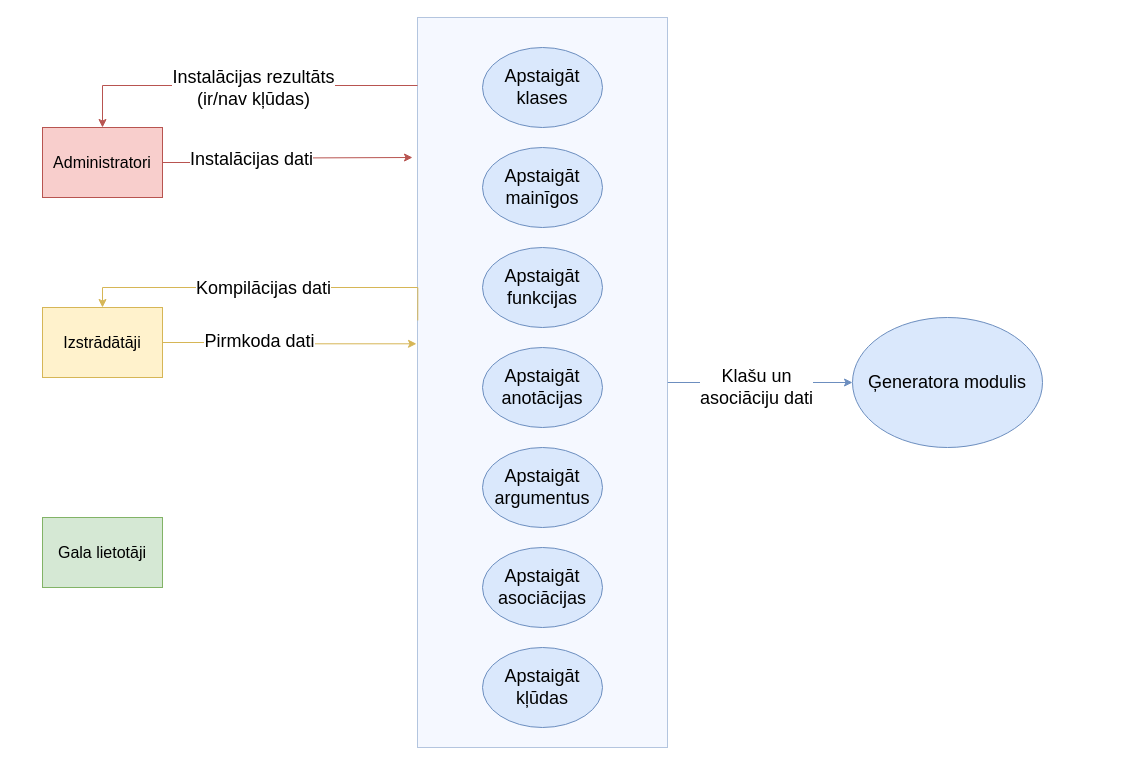
The draw.io diagram page "Kompilatora modulis" (5 of 8) of src/Kvalifikacijas darbs/arhitektura.drawio in artiks12/webAppOS, before the edit. Source tidied: cells renumbered, new cells numbered last; positions are measured from the earlier drawing's top-left corner, leaving out a move shared by most shapes. Both pictures are drawn from the tidied source at 100%, with x=0, y=0 at pixel (42, 17).
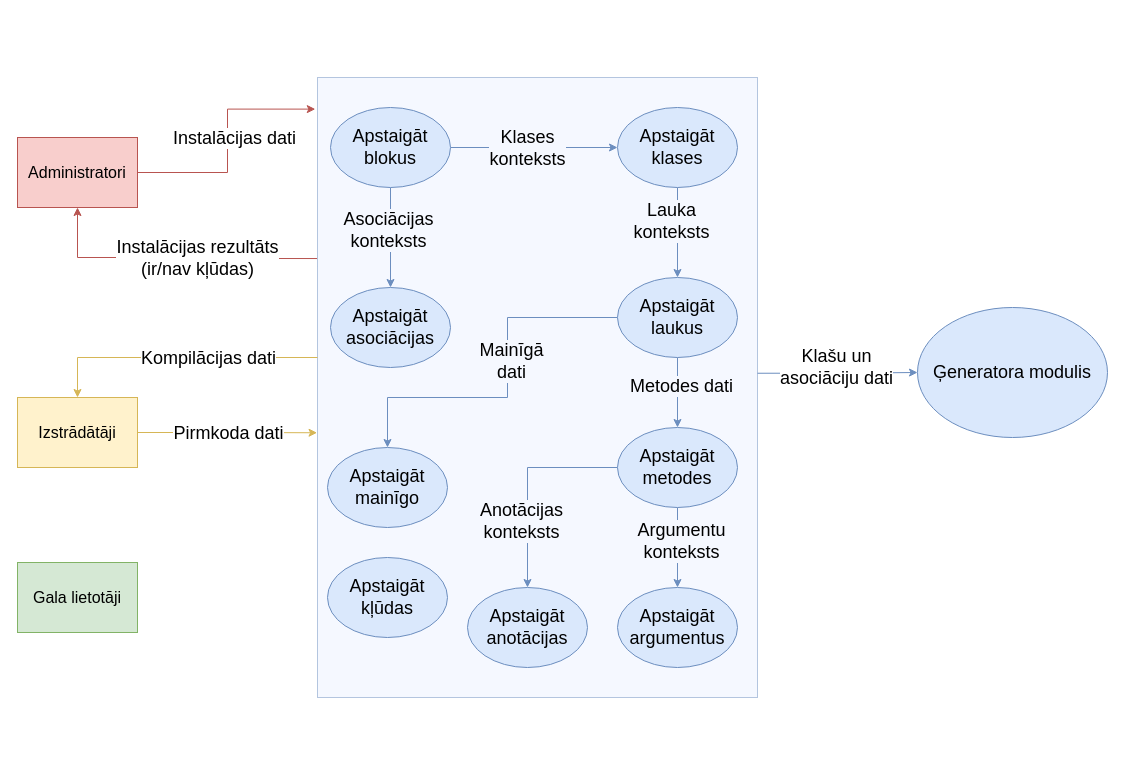
After the change.

Change to the diagram source:
```diff
@@
-    <mxCell id="2" style="edgeStyle=orthogonalEdgeStyle;rounded=0;jettySize=auto;html=1;entryX=0;entryY=0.5;entryDx=0;entryDy=0;fillColor=#dae8fc;strokeColor=#6c8ebf;" parent="1" edge="1" source="3" target="21">
+    <mxCell id="2" style="edgeStyle=orthogonalEdgeStyle;rounded=0;jettySize=auto;html=1;entryX=0;entryY=0.5;entryDx=0;entryDy=0;fillColor=#dae8fc;strokeColor=#6c8ebf;exitX=0.998;exitY=0.477;exitDx=0;exitDy=0;exitPerimeter=0;" parent="1" edge="1" source="3" target="21">
       <mxGeometry relative="1" as="geometry" />
     </mxCell>
     <mxCell id="3" style="rounded=0;whiteSpace=wrap;html=1;dashed=1;dashPattern=1 1;fillColor=#F5F8FF;strokeColor=#6c8ebf;" parent="1" vertex="1">
-      <mxGeometry x="375" width="250" height="730" as="geometry" />
+      <mxGeometry x="275" y="60" width="440" height="620" as="geometry" />
     </mxCell>
+    <mxCell id="24" style="edgeStyle=orthogonalEdgeStyle;rounded=0;jettySize=auto;html=1;entryX=0.5;entryY=0;entryDx=0;entryDy=0;fillColor=#dae8fc;strokeColor=#6c8ebf;" parent="1" edge="1" source="4" target="9">
+      <mxGeometry relative="1" as="geometry" />
+    </mxCell>
     <mxCell id="4" value="&lt;font style=&quot;font-size: 18px&quot;&gt;Apstaigāt klases&lt;br&gt;&lt;/font&gt;" style="ellipse;whiteSpace=wrap;html=1;fillColor=#dae8fc;strokeColor=#6c8ebf;" parent="1" vertex="1">
-      <mxGeometry x="440" y="30" width="120" height="80" as="geometry" />
+      <mxGeometry x="575" y="90" width="120" height="80" as="geometry" />
     </mxCell>
-    <mxCell id="5" value="&lt;font style=&quot;font-size: 18px&quot;&gt;Apstaigāt mainīgos&lt;br&gt;&lt;/font&gt;" style="ellipse;whiteSpace=wrap;html=1;fillColor=#dae8fc;strokeColor=#6c8ebf;" parent="1" vertex="1">
-      <mxGeometry x="440" y="130" width="120" height="80" as="geometry" />
+    <mxCell id="5" value="&lt;font style=&quot;font-size: 18px&quot;&gt;Apstaigāt mainīgo&lt;br&gt;&lt;/font&gt;" style="ellipse;whiteSpace=wrap;html=1;fillColor=#dae8fc;strokeColor=#6c8ebf;" parent="1" vertex="1">
+      <mxGeometry x="285" y="430" width="120" height="80" as="geometry" />
     </mxCell>
+    <mxCell id="25" style="edgeStyle=orthogonalEdgeStyle;rounded=0;jettySize=auto;html=1;entryX=0.5;entryY=0;entryDx=0;entryDy=0;fillColor=#dae8fc;strokeColor=#6c8ebf;" parent="1" edge="1" source="6" target="7">
+      <mxGeometry relative="1" as="geometry" />
+    </mxCell>
+    <mxCell id="26" style="edgeStyle=orthogonalEdgeStyle;rounded=0;jettySize=auto;html=1;exitX=0.5;exitY=1;exitDx=0;exitDy=0;entryX=0.5;entryY=0;entryDx=0;entryDy=0;fillColor=#dae8fc;strokeColor=#6c8ebf;" parent="1" edge="1" source="6" target="23">
+      <mxGeometry relative="1" as="geometry" />
+    </mxCell>
-    <mxCell id="6" value="&lt;font style=&quot;font-size: 18px&quot;&gt;Apstaigāt funkcijas&lt;/font&gt;" style="ellipse;whiteSpace=wrap;html=1;fillColor=#dae8fc;strokeColor=#6c8ebf;" parent="1" vertex="1">
-      <mxGeometry x="440" y="230" width="120" height="80" as="geometry" />
+    <mxCell id="6" value="&lt;font style=&quot;font-size: 18px&quot;&gt;Apstaigāt metodes&lt;/font&gt;" style="ellipse;whiteSpace=wrap;html=1;fillColor=#dae8fc;strokeColor=#6c8ebf;" parent="1" vertex="1">
+      <mxGeometry x="575" y="410" width="120" height="80" as="geometry" />
     </mxCell>
     <mxCell id="7" value="&lt;font style=&quot;font-size: 18px&quot;&gt;Apstaigāt anotācijas&lt;br&gt;&lt;/font&gt;" style="ellipse;whiteSpace=wrap;html=1;fillColor=#dae8fc;strokeColor=#6c8ebf;" parent="1" vertex="1">
-      <mxGeometry x="440" y="330" width="120" height="80" as="geometry" />
+      <mxGeometry x="425" y="570" width="120" height="80" as="geometry" />
     </mxCell>
     <mxCell id="8" value="&lt;font style=&quot;font-size: 18px&quot;&gt;Apstaigāt asociācijas&lt;br&gt;&lt;/font&gt;" style="ellipse;whiteSpace=wrap;html=1;fillColor=#dae8fc;strokeColor=#6c8ebf;" parent="1" vertex="1">
-      <mxGeometry x="440" y="530" width="120" height="80" as="geometry" />
+      <mxGeometry x="288" y="270" width="120" height="80" as="geometry" />
     </mxCell>
+    <mxCell id="27" style="edgeStyle=orthogonalEdgeStyle;rounded=0;jettySize=auto;html=1;entryX=0.5;entryY=0;entryDx=0;entryDy=0;fillColor=#dae8fc;strokeColor=#6c8ebf;" parent="1" edge="1" source="9" target="5">
+      <mxGeometry relative="1" as="geometry">
+        <Array as="points">
+          <mxPoint x="465" y="300" />
+          <mxPoint x="465" y="380" />
+          <mxPoint x="345" y="380" />
+        </Array>
+      </mxGeometry>
+    </mxCell>
+    <mxCell id="28" style="edgeStyle=orthogonalEdgeStyle;rounded=0;jettySize=auto;html=1;exitX=0.5;exitY=1;exitDx=0;exitDy=0;entryX=0.5;entryY=0;entryDx=0;entryDy=0;fillColor=#dae8fc;strokeColor=#6c8ebf;" parent="1" edge="1" source="9" target="6">
+      <mxGeometry relative="1" as="geometry" />
+    </mxCell>
-    <mxCell id="9" value="&lt;font style=&quot;font-size: 18px&quot;&gt;Apstaigāt kļūdas&lt;/font&gt;" style="ellipse;whiteSpace=wrap;html=1;fillColor=#dae8fc;strokeColor=#6c8ebf;" parent="1" vertex="1">
-      <mxGeometry x="440" y="630" width="120" height="80" as="geometry" />
+    <mxCell id="9" value="&lt;font style=&quot;font-size: 18px&quot;&gt;Apstaigāt laukus&lt;/font&gt;" style="ellipse;whiteSpace=wrap;html=1;fillColor=#dae8fc;strokeColor=#6c8ebf;" parent="1" vertex="1">
+      <mxGeometry x="575" y="260" width="120" height="80" as="geometry" />
     </mxCell>
-    <mxCell id="10" style="edgeStyle=orthogonalEdgeStyle;rounded=0;jettySize=auto;html=1;entryX=0.5;entryY=0;entryDx=0;entryDy=0;fillColor=#f8cecc;strokeColor=#b85450;" parent="1" edge="1" target="19">
+    <mxCell id="10" style="edgeStyle=orthogonalEdgeStyle;rounded=0;jettySize=auto;html=1;fillColor=#f8cecc;strokeColor=#b85450;entryX=0.5;entryY=1;entryDx=0;entryDy=0;exitX=-0.001;exitY=0.292;exitDx=0;exitDy=0;exitPerimeter=0;" parent="1" edge="1" source="3" target="19">
       <mxGeometry relative="1" as="geometry">
-        <mxPoint x="375" y="68" as="sourcePoint" />
         <Array as="points">
-          <mxPoint x="60" y="68" />
+          <mxPoint x="233" y="241" />
+          <mxPoint x="233" y="240" />
+          <mxPoint x="35" y="240" />
         </Array>
       </mxGeometry>
     </mxCell>
     <mxCell id="11" value="&lt;font style=&quot;font-size: 18px&quot;&gt;Instalācijas rezultāts &lt;br&gt;(ir/nav kļūdas)&lt;/font&gt;" style="edgeLabel;html=1;align=center;verticalAlign=middle;" parent="10" vertex="1">
       <mxGeometry x="0.06" y="2" relative="1" as="geometry">
-        <mxPoint x="24" as="offset" />
+        <mxPoint x="33" y="-2" as="offset" />
       </mxGeometry>
     </mxCell>
-    <mxCell id="12" style="edgeStyle=orthogonalEdgeStyle;rounded=0;jettySize=auto;html=1;entryX=-0.004;entryY=0.447;entryDx=0;entryDy=0;fillColor=#fff2cc;strokeColor=#d6b656;entryPerimeter=0;" parent="1" edge="1" source="16" target="3">
+    <mxCell id="12" style="edgeStyle=orthogonalEdgeStyle;rounded=0;jettySize=auto;html=1;fillColor=#fff2cc;strokeColor=#d6b656;entryX=-0.001;entryY=0.573;entryDx=0;entryDy=0;entryPerimeter=0;" parent="1" edge="1" source="16" target="3">
       <mxGeometry relative="1" as="geometry" />
     </mxCell>
     <mxCell id="13" value="&lt;font style=&quot;font-size: 18px&quot;&gt;Pirmkoda dati&lt;/font&gt;" style="edgeLabel;html=1;align=center;verticalAlign=middle;" parent="12" vertex="1">
-      <mxGeometry x="-0.25" y="2" relative="1" as="geometry" />
+      <mxGeometry x="-0.25" y="2" relative="1" as="geometry">
+        <mxPoint x="23" y="2" as="offset" />
+      </mxGeometry>
     </mxCell>
-    <mxCell id="14" style="edgeStyle=orthogonalEdgeStyle;rounded=0;jettySize=auto;html=1;exitX=0.001;exitY=0.415;exitDx=0;exitDy=0;entryX=0.5;entryY=0;entryDx=0;entryDy=0;fillColor=#fff2cc;strokeColor=#d6b656;exitPerimeter=0;" parent="1" edge="1" source="3" target="16">
+    <mxCell id="14" style="edgeStyle=orthogonalEdgeStyle;rounded=0;jettySize=auto;html=1;entryX=0.5;entryY=0;entryDx=0;entryDy=0;fillColor=#fff2cc;strokeColor=#d6b656;" parent="1" edge="1" source="3" target="16">
       <mxGeometry relative="1" as="geometry">
         <Array as="points">
-          <mxPoint x="375" y="270" />
-          <mxPoint x="60" y="270" />
+          <mxPoint x="35" y="340" />
         </Array>
       </mxGeometry>
     </mxCell>
     <mxCell id="15" value="&lt;font style=&quot;font-size: 18px&quot;&gt;Kompilācijas dati&lt;/font&gt;" style="edgeLabel;html=1;align=center;verticalAlign=middle;" parent="14" vertex="1">
-      <mxGeometry x="0.02" relative="1" as="geometry" />
+      <mxGeometry x="0.02" relative="1" as="geometry">
+        <mxPoint x="33" as="offset" />
+      </mxGeometry>
     </mxCell>
     <mxCell id="16" value="&lt;font size=&quot;3&quot;&gt;Izstrādātāji&lt;/font&gt;" style="rounded=0;whiteSpace=wrap;html=1;fillColor=#fff2cc;strokeColor=#d6b656;" parent="1" vertex="1">
-      <mxGeometry y="290" width="120" height="70" as="geometry" />
+      <mxGeometry x="-25" y="380" width="120" height="70" as="geometry" />
     </mxCell>
-    <mxCell id="17" style="edgeStyle=orthogonalEdgeStyle;rounded=0;jettySize=auto;html=1;fillColor=#f8cecc;strokeColor=#b85450;" parent="1" edge="1" source="19">
-      <mxGeometry relative="1" as="geometry">
-        <mxPoint x="370" y="140" as="targetPoint" />
-      </mxGeometry>
+    <mxCell id="17" style="edgeStyle=orthogonalEdgeStyle;rounded=0;jettySize=auto;html=1;fillColor=#f8cecc;strokeColor=#b85450;entryX=-0.005;entryY=0.051;entryDx=0;entryDy=0;entryPerimeter=0;" parent="1" edge="1" source="19" target="3">
+      <mxGeometry relative="1" as="geometry" />
     </mxCell>
     <mxCell id="18" value="&lt;font style=&quot;font-size: 18px&quot;&gt;Instalācijas dati&lt;/font&gt;" style="edgeLabel;html=1;align=center;verticalAlign=middle;" parent="17" vertex="1">
-      <mxGeometry x="-0.31" y="4" relative="1" as="geometry" />
+      <mxGeometry x="-0.31" y="4" relative="1" as="geometry">
+        <mxPoint x="13" y="-31" as="offset" />
+      </mxGeometry>
     </mxCell>
     <mxCell id="19" value="&lt;font size=&quot;3&quot;&gt;Administratori&lt;br&gt;&lt;/font&gt;" style="rounded=0;whiteSpace=wrap;html=1;fillColor=#f8cecc;strokeColor=#b85450;" parent="1" vertex="1">
-      <mxGeometry y="110" width="120" height="70" as="geometry" />
+      <mxGeometry x="-25" y="120" width="120" height="70" as="geometry" />
     </mxCell>
     <mxCell id="20" value="&lt;font size=&quot;3&quot;&gt;Gala lietotāji&lt;/font&gt;" style="rounded=0;whiteSpace=wrap;html=1;fillColor=#d5e8d4;strokeColor=#82b366;" parent="1" vertex="1">
-      <mxGeometry y="500" width="120" height="70" as="geometry" />
+      <mxGeometry x="-25" y="545" width="120" height="70" as="geometry" />
     </mxCell>
     <mxCell id="21" value="&lt;font style=&quot;font-size: 18px&quot;&gt;Ģeneratora modulis&lt;/font&gt;" style="ellipse;whiteSpace=wrap;html=1;fillColor=#dae8fc;strokeColor=#6c8ebf;" parent="1" vertex="1">
-      <mxGeometry x="810" y="300" width="190" height="130" as="geometry" />
+      <mxGeometry x="875" y="290" width="190" height="130" as="geometry" />
     </mxCell>
     <mxCell id="22" value="&lt;span style=&quot;font-size: 18px&quot;&gt;Klašu un &lt;br&gt;asociāciju dati&lt;/span&gt;" style="edgeLabel;html=1;align=center;verticalAlign=middle;labelBackgroundColor=default;" parent="1" vertex="1">
-      <mxGeometry x="720" y="380" as="geometry">
+      <mxGeometry x="800" y="360" as="geometry">
         <mxPoint x="-7" y="-11" as="offset" />
       </mxGeometry>
     </mxCell>
+    <mxCell id="29" style="edgeStyle=orthogonalEdgeStyle;rounded=0;jettySize=auto;html=1;entryX=0;entryY=0.5;entryDx=0;entryDy=0;fillColor=#dae8fc;strokeColor=#6c8ebf;" parent="1" edge="1" source="32" target="4">
+      <mxGeometry relative="1" as="geometry" />
+    </mxCell>
+    <mxCell id="30" value="&lt;font style=&quot;font-size: 18px&quot;&gt;Klases &lt;br&gt;konteksts&lt;/font&gt;" style="edgeLabel;html=1;align=center;verticalAlign=middle;labelBackgroundColor=#F5F8FF;" parent="29" vertex="1">
+      <mxGeometry x="-0.12" y="-2" relative="1" as="geometry">
+        <mxPoint x="3" y="-2" as="offset" />
+      </mxGeometry>
+    </mxCell>
+    <mxCell id="31" style="edgeStyle=orthogonalEdgeStyle;rounded=0;jettySize=auto;html=1;fillColor=#dae8fc;strokeColor=#6c8ebf;" parent="1" edge="1" source="32" target="8">
+      <mxGeometry relative="1" as="geometry" />
+    </mxCell>
+    <mxCell id="32" value="&lt;font style=&quot;font-size: 18px&quot;&gt;Apstaigāt blokus&lt;br&gt;&lt;/font&gt;" style="ellipse;whiteSpace=wrap;html=1;fillColor=#dae8fc;strokeColor=#6c8ebf;" parent="1" vertex="1">
+      <mxGeometry x="288" y="90" width="120" height="80" as="geometry" />
+    </mxCell>
     <mxCell id="23" value="&lt;font style=&quot;font-size: 18px&quot;&gt;Apstaigāt argumentus&lt;br&gt;&lt;/font&gt;" style="ellipse;whiteSpace=wrap;html=1;fillColor=#dae8fc;strokeColor=#6c8ebf;" parent="1" vertex="1">
-      <mxGeometry x="440" y="430" width="120" height="80" as="geometry" />
+      <mxGeometry x="575" y="570" width="120" height="80" as="geometry" />
     </mxCell>
+    <mxCell id="33" value="&lt;font style=&quot;font-size: 18px&quot;&gt;Apstaigāt kļūdas&lt;/font&gt;" style="ellipse;whiteSpace=wrap;html=1;fillColor=#dae8fc;strokeColor=#6c8ebf;" parent="1" vertex="1">
+      <mxGeometry x="285" y="540" width="120" height="80" as="geometry" />
+    </mxCell>
+    <mxCell id="34" value="&lt;font style=&quot;font-size: 18px&quot;&gt;Asociācijas&lt;br&gt;konteksts&lt;/font&gt;" style="edgeLabel;html=1;align=center;verticalAlign=middle;labelBackgroundColor=#F5F8FF;" parent="1" vertex="1">
+      <mxGeometry x="348" y="200" as="geometry">
+        <mxPoint x="-3" y="12" as="offset" />
+      </mxGeometry>
+    </mxCell>
+    <mxCell id="35" value="&lt;font style=&quot;font-size: 18px&quot;&gt;Lauka&lt;br&gt;konteksts&lt;/font&gt;" style="edgeLabel;html=1;align=center;verticalAlign=middle;labelBackgroundColor=#F5F8FF;" parent="1" vertex="1">
+      <mxGeometry x="635" y="190" as="geometry">
+        <mxPoint x="-7" y="13" as="offset" />
+      </mxGeometry>
+    </mxCell>
+    <mxCell id="36" value="&lt;font style=&quot;font-size: 18px&quot;&gt;Mainīgā &lt;br&gt;dati&lt;br&gt;&lt;/font&gt;" style="edgeLabel;html=1;align=center;verticalAlign=middle;labelBackgroundColor=#F5F8FF;" parent="1" vertex="1">
+      <mxGeometry x="475" y="330" as="geometry">
+        <mxPoint x="-7" y="13" as="offset" />
+      </mxGeometry>
+    </mxCell>
+    <mxCell id="37" value="&lt;span style=&quot;font-size: 18px&quot;&gt;Metodes dati&lt;/span&gt;" style="edgeLabel;html=1;align=center;verticalAlign=middle;labelBackgroundColor=#F5F8FF;" parent="1" vertex="1">
+      <mxGeometry x="645" y="355" as="geometry">
+        <mxPoint x="-7" y="13" as="offset" />
+      </mxGeometry>
+    </mxCell>
+    <mxCell id="38" value="&lt;font style=&quot;font-size: 18px&quot;&gt;Anotācijas&lt;br&gt;konteksts&lt;br&gt;&lt;/font&gt;" style="edgeLabel;html=1;align=center;verticalAlign=middle;labelBackgroundColor=#F5F8FF;" parent="1" vertex="1">
+      <mxGeometry x="485" y="490" as="geometry">
+        <mxPoint x="-7" y="13" as="offset" />
+      </mxGeometry>
+    </mxCell>
+    <mxCell id="39" value="&lt;font style=&quot;font-size: 18px&quot;&gt;Argumentu&lt;br&gt;konteksts&lt;br&gt;&lt;/font&gt;" style="edgeLabel;html=1;align=center;verticalAlign=middle;labelBackgroundColor=#F5F8FF;" parent="1" vertex="1">
+      <mxGeometry x="645" y="510" as="geometry">
+        <mxPoint x="-7" y="13" as="offset" />
+      </mxGeometry>
+    </mxCell>
```
